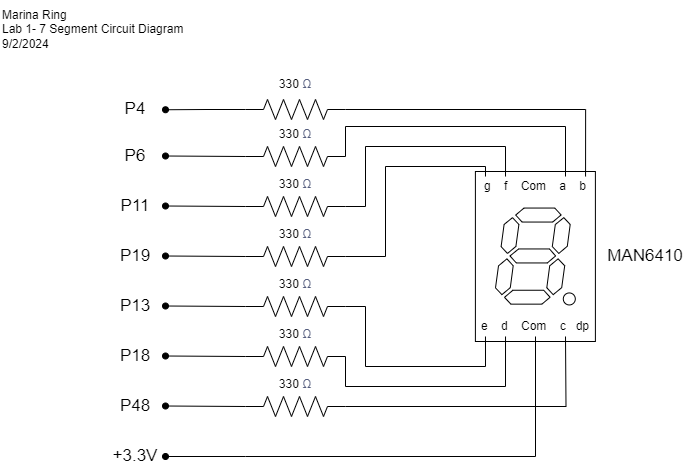
Above: images/LAB1_CIRCUIT.png in marinaring/marinaring.github.io (draw.io), before the change. Source tidied: cells renumbered, new cells last; positions are measured from the earlier drawing's top-left corner, leaving out a move shared by most shapes. Source of this version:
```xml
<mxGraphModel>
  <root>
    <mxCell id="0" />
    <mxCell id="1" parent="0" />
    <mxCell id="2" style="edgeStyle=orthogonalEdgeStyle;rounded=0;jettySize=auto;html=1;exitX=0;exitY=0.5;exitDx=0;exitDy=0;exitPerimeter=0;endArrow=oval;endFill=1;" parent="1" edge="1" source="3">
      <mxGeometry relative="1" as="geometry">
        <mxPoint x="165" y="110.2" as="targetPoint" />
      </mxGeometry>
    </mxCell>
    <mxCell id="3" style="verticalLabelPosition=bottom;shadow=0;dashed=0;align=center;html=1;verticalAlign=top;shape=mxgraph.electrical.resistors.resistor_2;" parent="1" vertex="1">
      <mxGeometry x="245" y="100" width="100" height="20" as="geometry" />
    </mxCell>
    <mxCell id="4" style="edgeStyle=orthogonalEdgeStyle;rounded=0;jettySize=auto;html=1;exitX=0;exitY=0.5;exitDx=0;exitDy=0;exitPerimeter=0;endArrow=oval;endFill=1;" parent="1" edge="1" source="5">
      <mxGeometry relative="1" as="geometry">
        <mxPoint x="165" y="156.5" as="targetPoint" />
      </mxGeometry>
    </mxCell>
    <mxCell id="5" style="verticalLabelPosition=bottom;shadow=0;dashed=0;align=center;html=1;verticalAlign=top;shape=mxgraph.electrical.resistors.resistor_2;" parent="1" vertex="1">
      <mxGeometry x="245" y="147" width="100" height="20" as="geometry" />
    </mxCell>
    <mxCell id="6" style="edgeStyle=orthogonalEdgeStyle;rounded=0;jettySize=auto;html=1;exitX=0;exitY=0.5;exitDx=0;exitDy=0;exitPerimeter=0;endArrow=oval;endFill=1;" parent="1" edge="1" source="7">
      <mxGeometry relative="1" as="geometry">
        <mxPoint x="165" y="206.5" as="targetPoint" />
      </mxGeometry>
    </mxCell>
    <mxCell id="7" style="verticalLabelPosition=bottom;shadow=0;dashed=0;align=center;html=1;verticalAlign=top;shape=mxgraph.electrical.resistors.resistor_2;" parent="1" vertex="1">
      <mxGeometry x="245" y="197" width="100" height="20" as="geometry" />
    </mxCell>
    <mxCell id="8" style="edgeStyle=orthogonalEdgeStyle;rounded=0;jettySize=auto;html=1;exitX=0;exitY=0.5;exitDx=0;exitDy=0;exitPerimeter=0;endArrow=oval;endFill=1;" parent="1" edge="1" source="9">
      <mxGeometry relative="1" as="geometry">
        <mxPoint x="165" y="256.5" as="targetPoint" />
      </mxGeometry>
    </mxCell>
    <mxCell id="9" style="verticalLabelPosition=bottom;shadow=0;dashed=0;align=center;html=1;verticalAlign=top;shape=mxgraph.electrical.resistors.resistor_2;" parent="1" vertex="1">
      <mxGeometry x="245" y="247" width="100" height="20" as="geometry" />
    </mxCell>
    <mxCell id="10" style="edgeStyle=orthogonalEdgeStyle;rounded=0;jettySize=auto;html=1;exitX=0;exitY=0.5;exitDx=0;exitDy=0;exitPerimeter=0;endArrow=oval;endFill=1;" parent="1" edge="1" source="11">
      <mxGeometry relative="1" as="geometry">
        <mxPoint x="165" y="306.5" as="targetPoint" />
      </mxGeometry>
    </mxCell>
    <mxCell id="11" style="verticalLabelPosition=bottom;shadow=0;dashed=0;align=center;html=1;verticalAlign=top;shape=mxgraph.electrical.resistors.resistor_2;" parent="1" vertex="1">
      <mxGeometry x="245" y="297" width="100" height="20" as="geometry" />
    </mxCell>
    <mxCell id="12" style="edgeStyle=orthogonalEdgeStyle;rounded=0;jettySize=auto;html=1;exitX=0;exitY=0.5;exitDx=0;exitDy=0;exitPerimeter=0;endArrow=oval;endFill=1;" parent="1" edge="1" source="13">
      <mxGeometry relative="1" as="geometry">
        <mxPoint x="165" y="356.5" as="targetPoint" />
      </mxGeometry>
    </mxCell>
    <mxCell id="13" style="verticalLabelPosition=bottom;shadow=0;dashed=0;align=center;html=1;verticalAlign=top;shape=mxgraph.electrical.resistors.resistor_2;" parent="1" vertex="1">
      <mxGeometry x="245" y="347" width="100" height="20" as="geometry" />
    </mxCell>
    <mxCell id="14" style="edgeStyle=orthogonalEdgeStyle;rounded=0;jettySize=auto;html=1;exitX=1;exitY=0.5;exitDx=0;exitDy=0;exitPerimeter=0;endArrow=none;endFill=0;" parent="1" edge="1" source="16">
      <mxGeometry relative="1" as="geometry">
        <mxPoint x="565" y="337" as="targetPoint" />
      </mxGeometry>
    </mxCell>
    <mxCell id="15" style="edgeStyle=orthogonalEdgeStyle;rounded=0;jettySize=auto;html=1;exitX=0;exitY=0.5;exitDx=0;exitDy=0;exitPerimeter=0;endArrow=oval;endFill=1;" parent="1" edge="1" source="16">
      <mxGeometry relative="1" as="geometry">
        <mxPoint x="165" y="406.5" as="targetPoint" />
      </mxGeometry>
    </mxCell>
    <mxCell id="16" style="verticalLabelPosition=bottom;shadow=0;dashed=0;align=center;html=1;verticalAlign=top;shape=mxgraph.electrical.resistors.resistor_2;" parent="1" vertex="1">
      <mxGeometry x="245" y="397" width="100" height="20" as="geometry" />
    </mxCell>
    <mxCell id="17" value="330&amp;nbsp;&lt;span style=&quot;color: rgb(84, 93, 126); letter-spacing: 0.1px; text-align: left; background-color: rgb(255, 255, 255);&quot;&gt;&lt;font style=&quot;font-size: 12px;&quot; face=&quot;Helvetica&quot;&gt;Ω&lt;/font&gt;&lt;/span&gt;" style="text;html=1;align=center;verticalAlign=middle;whiteSpace=wrap;rounded=0;" parent="1" vertex="1">
      <mxGeometry x="265" y="70" width="60" height="30" as="geometry" />
    </mxCell>
    <mxCell id="18" value="330&amp;nbsp;&lt;span style=&quot;color: rgb(84, 93, 126); letter-spacing: 0.1px; text-align: left; background-color: rgb(255, 255, 255);&quot;&gt;&lt;font style=&quot;font-size: 12px;&quot; face=&quot;Helvetica&quot;&gt;Ω&lt;/font&gt;&lt;/span&gt;" style="text;html=1;align=center;verticalAlign=middle;whiteSpace=wrap;rounded=0;" parent="1" vertex="1">
      <mxGeometry x="265" y="120" width="60" height="30" as="geometry" />
    </mxCell>
    <mxCell id="19" value="330&amp;nbsp;&lt;span style=&quot;color: rgb(84, 93, 126); letter-spacing: 0.1px; text-align: left; background-color: rgb(255, 255, 255);&quot;&gt;&lt;font style=&quot;font-size: 12px;&quot; face=&quot;Helvetica&quot;&gt;Ω&lt;/font&gt;&lt;/span&gt;" style="text;html=1;align=center;verticalAlign=middle;whiteSpace=wrap;rounded=0;" parent="1" vertex="1">
      <mxGeometry x="265" y="170" width="60" height="30" as="geometry" />
    </mxCell>
    <mxCell id="20" value="330&amp;nbsp;&lt;span style=&quot;color: rgb(84, 93, 126); letter-spacing: 0.1px; text-align: left; background-color: rgb(255, 255, 255);&quot;&gt;&lt;font style=&quot;font-size: 12px;&quot; face=&quot;Helvetica&quot;&gt;Ω&lt;/font&gt;&lt;/span&gt;" style="text;html=1;align=center;verticalAlign=middle;whiteSpace=wrap;rounded=0;" parent="1" vertex="1">
      <mxGeometry x="265" y="220" width="60" height="30" as="geometry" />
    </mxCell>
    <mxCell id="21" value="330&amp;nbsp;&lt;span style=&quot;color: rgb(84, 93, 126); letter-spacing: 0.1px; text-align: left; background-color: rgb(255, 255, 255);&quot;&gt;&lt;font style=&quot;font-size: 12px;&quot; face=&quot;Helvetica&quot;&gt;Ω&lt;/font&gt;&lt;/span&gt;" style="text;html=1;align=center;verticalAlign=middle;whiteSpace=wrap;rounded=0;" parent="1" vertex="1">
      <mxGeometry x="265" y="270" width="60" height="30" as="geometry" />
    </mxCell>
    <mxCell id="22" value="330&amp;nbsp;&lt;span style=&quot;color: rgb(84, 93, 126); letter-spacing: 0.1px; text-align: left; background-color: rgb(255, 255, 255);&quot;&gt;&lt;font style=&quot;font-size: 12px;&quot; face=&quot;Helvetica&quot;&gt;Ω&lt;/font&gt;&lt;/span&gt;" style="text;html=1;align=center;verticalAlign=middle;whiteSpace=wrap;rounded=0;" parent="1" vertex="1">
      <mxGeometry x="265" y="320" width="60" height="30" as="geometry" />
    </mxCell>
    <mxCell id="23" value="330&amp;nbsp;&lt;span style=&quot;color: rgb(84, 93, 126); letter-spacing: 0.1px; text-align: left; background-color: rgb(255, 255, 255);&quot;&gt;&lt;font style=&quot;font-size: 12px;&quot; face=&quot;Helvetica&quot;&gt;Ω&lt;/font&gt;&lt;/span&gt;" style="text;html=1;align=center;verticalAlign=middle;whiteSpace=wrap;rounded=0;" parent="1" vertex="1">
      <mxGeometry x="265" y="370" width="60" height="30" as="geometry" />
    </mxCell>
    <mxCell id="24" style="group;" parent="1" vertex="1">
      <mxGeometry x="474.9" y="172" width="120" height="170" as="geometry" />
    </mxCell>
    <mxCell id="25" style="verticalLabelPosition=bottom;shadow=0;dashed=0;align=center;html=1;verticalAlign=top;shape=mxgraph.electrical.opto_electronics.7_segment_display_with_dp;" parent="24" vertex="1">
      <mxGeometry x="20.1" y="36.6" width="79.8" height="96.9" as="geometry" />
    </mxCell>
    <mxCell id="26" style="rounded=0;whiteSpace=wrap;html=1;fillColor=none;" parent="24" vertex="1">
      <mxGeometry width="120" height="170" as="geometry" />
    </mxCell>
    <mxCell id="27" value="g&amp;nbsp; &amp;nbsp; f&amp;nbsp; &amp;nbsp; Com&amp;nbsp; &amp;nbsp; a&amp;nbsp; &amp;nbsp; b" style="text;html=1;align=center;verticalAlign=middle;whiteSpace=wrap;rounded=0;" parent="24" vertex="1">
      <mxGeometry width="120" height="30" as="geometry" />
    </mxCell>
    <mxCell id="28" value="e&amp;nbsp; &amp;nbsp; d&amp;nbsp; &amp;nbsp; Com&amp;nbsp; &amp;nbsp; c&amp;nbsp; &amp;nbsp;dp" style="text;html=1;align=center;verticalAlign=middle;whiteSpace=wrap;rounded=0;" parent="24" vertex="1">
      <mxGeometry y="140" width="120" height="30" as="geometry" />
    </mxCell>
    <mxCell id="29" style="edgeStyle=orthogonalEdgeStyle;rounded=0;jettySize=auto;html=1;exitX=1;exitY=0.5;exitDx=0;exitDy=0;exitPerimeter=0;endArrow=none;endFill=0;entryX=0.918;entryY=0.167;entryDx=0;entryDy=0;entryPerimeter=0;" parent="1" edge="1" source="3" target="27">
      <mxGeometry relative="1" as="geometry" />
    </mxCell>
    <mxCell id="30" style="edgeStyle=orthogonalEdgeStyle;rounded=0;jettySize=auto;html=1;exitX=1;exitY=0.5;exitDx=0;exitDy=0;exitPerimeter=0;endArrow=none;endFill=0;" parent="1" edge="1" source="5">
      <mxGeometry relative="1" as="geometry">
        <mxPoint x="565" y="177" as="targetPoint" />
        <Array as="points">
          <mxPoint x="345" y="127" />
          <mxPoint x="565" y="127" />
        </Array>
      </mxGeometry>
    </mxCell>
    <mxCell id="31" style="edgeStyle=orthogonalEdgeStyle;rounded=0;jettySize=auto;html=1;exitX=1;exitY=0.5;exitDx=0;exitDy=0;exitPerimeter=0;entryX=0.251;entryY=0.167;entryDx=0;entryDy=0;entryPerimeter=0;endArrow=none;endFill=0;" parent="1" edge="1" source="7" target="27">
      <mxGeometry relative="1" as="geometry">
        <Array as="points">
          <mxPoint x="365" y="207" />
          <mxPoint x="365" y="147" />
          <mxPoint x="505" y="147" />
        </Array>
      </mxGeometry>
    </mxCell>
    <mxCell id="32" style="edgeStyle=orthogonalEdgeStyle;rounded=0;jettySize=auto;html=1;exitX=1;exitY=0.5;exitDx=0;exitDy=0;exitPerimeter=0;entryX=0.084;entryY=0.167;entryDx=0;entryDy=0;entryPerimeter=0;endArrow=none;endFill=0;" parent="1" edge="1" source="9" target="27">
      <mxGeometry relative="1" as="geometry">
        <Array as="points">
          <mxPoint x="385" y="257" />
          <mxPoint x="385" y="167" />
          <mxPoint x="485" y="167" />
        </Array>
      </mxGeometry>
    </mxCell>
    <mxCell id="33" style="edgeStyle=orthogonalEdgeStyle;rounded=0;jettySize=auto;html=1;exitX=1;exitY=0.5;exitDx=0;exitDy=0;exitPerimeter=0;entryX=0.251;entryY=0.833;entryDx=0;entryDy=0;entryPerimeter=0;endArrow=none;endFill=0;" parent="1" edge="1" source="13" target="28">
      <mxGeometry relative="1" as="geometry">
        <Array as="points">
          <mxPoint x="345" y="387" />
          <mxPoint x="505" y="387" />
        </Array>
      </mxGeometry>
    </mxCell>
    <mxCell id="34" style="edgeStyle=orthogonalEdgeStyle;rounded=0;jettySize=auto;html=1;exitX=1;exitY=0.5;exitDx=0;exitDy=0;exitPerimeter=0;entryX=0.084;entryY=0.833;entryDx=0;entryDy=0;entryPerimeter=0;endArrow=none;endFill=0;" parent="1" edge="1" source="11" target="28">
      <mxGeometry relative="1" as="geometry">
        <Array as="points">
          <mxPoint x="365" y="307" />
          <mxPoint x="365" y="367" />
          <mxPoint x="485" y="367" />
        </Array>
      </mxGeometry>
    </mxCell>
    <mxCell id="35" style="endArrow=none;html=1;rounded=0;" parent="1" edge="1">
      <mxGeometry relative="1" as="geometry">
        <mxPoint x="535" y="457" as="sourcePoint" />
        <mxPoint x="535" y="337" as="targetPoint" />
      </mxGeometry>
    </mxCell>
    <mxCell id="36" style="group;" parent="1" vertex="1">
      <mxGeometry x="165" y="457" width="370" as="geometry" />
    </mxCell>
    <mxCell id="37" style="endArrow=none;html=1;rounded=0;" parent="36" edge="1">
      <mxGeometry relative="1" as="geometry">
        <mxPoint x="80" as="sourcePoint" />
        <mxPoint x="370" as="targetPoint" />
      </mxGeometry>
    </mxCell>
    <mxCell id="38" style="endArrow=oval;html=1;rounded=0;endFill=1;" parent="36" edge="1">
      <mxGeometry relative="1" as="geometry">
        <mxPoint x="80" as="sourcePoint" />
        <mxPoint as="targetPoint" />
      </mxGeometry>
    </mxCell>
    <mxCell id="39" value="P4" style="text;html=1;align=center;verticalAlign=middle;whiteSpace=wrap;rounded=0;fontSize=17;" parent="1" vertex="1">
      <mxGeometry x="105" y="95" width="60" height="30" as="geometry" />
    </mxCell>
    <mxCell id="40" value="P6" style="text;html=1;align=center;verticalAlign=middle;whiteSpace=wrap;rounded=0;fontSize=17;" parent="1" vertex="1">
      <mxGeometry x="105" y="142" width="60" height="30" as="geometry" />
    </mxCell>
    <mxCell id="41" value="P11" style="text;html=1;align=center;verticalAlign=middle;whiteSpace=wrap;rounded=0;fontSize=17;" parent="1" vertex="1">
      <mxGeometry x="105" y="192" width="60" height="30" as="geometry" />
    </mxCell>
    <mxCell id="42" value="P19" style="text;html=1;align=center;verticalAlign=middle;whiteSpace=wrap;rounded=0;fontSize=17;" parent="1" vertex="1">
      <mxGeometry x="105" y="242" width="60" height="30" as="geometry" />
    </mxCell>
    <mxCell id="43" value="P13" style="text;html=1;align=center;verticalAlign=middle;whiteSpace=wrap;rounded=0;fontSize=17;" parent="1" vertex="1">
      <mxGeometry x="105" y="292" width="60" height="30" as="geometry" />
    </mxCell>
    <mxCell id="44" value="P18" style="text;html=1;align=center;verticalAlign=middle;whiteSpace=wrap;rounded=0;fontSize=17;" parent="1" vertex="1">
      <mxGeometry x="105" y="342" width="60" height="30" as="geometry" />
    </mxCell>
    <mxCell id="45" value="P48" style="text;html=1;align=center;verticalAlign=middle;whiteSpace=wrap;rounded=0;fontSize=17;" parent="1" vertex="1">
      <mxGeometry x="105" y="392" width="60" height="30" as="geometry" />
    </mxCell>
    <mxCell id="46" value="+3.3V" style="text;html=1;align=center;verticalAlign=middle;whiteSpace=wrap;rounded=0;fontSize=17;" parent="1" vertex="1">
      <mxGeometry x="105" y="442" width="60" height="30" as="geometry" />
    </mxCell>
    <mxCell id="47" value="MAN6410" style="text;html=1;align=center;verticalAlign=middle;whiteSpace=wrap;rounded=0;fontSize=17;" parent="1" vertex="1">
      <mxGeometry x="615" y="242" width="60" height="30" as="geometry" />
    </mxCell>
    <mxCell id="48" style="edgeStyle=orthogonalEdgeStyle;rounded=0;orthogonalLoop=1;jettySize=auto;html=1;exitX=0.5;exitY=1;exitDx=0;exitDy=0;" parent="1" edge="1" source="47" target="47">
      <mxGeometry relative="1" as="geometry" />
    </mxCell>
    <mxCell id="49" value="Marina Ring&lt;div&gt;Lab 1- 7 Segment Circuit Diagram&lt;/div&gt;&lt;div&gt;9/2/2024&lt;/div&gt;" style="text;html=1;align=left;verticalAlign=middle;whiteSpace=wrap;rounded=0;" parent="1" vertex="1">
      <mxGeometry width="230" height="60" as="geometry" />
    </mxCell>
  </root>
</mxGraphModel>
```
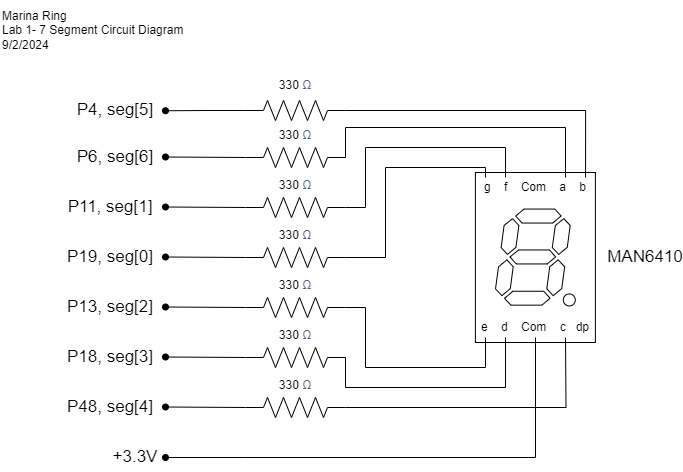
After the commit.

Change to the diagram source:
```diff
@@ -167,26 +167,26 @@
         <mxPoint as="targetPoint" />
       </mxGeometry>
     </mxCell>
-    <mxCell id="39" value="P4" style="text;html=1;align=center;verticalAlign=middle;whiteSpace=wrap;rounded=0;fontSize=17;" parent="1" vertex="1">
-      <mxGeometry x="105" y="95" width="60" height="30" as="geometry" />
+    <mxCell id="39" value="P4, seg[5]" style="text;html=1;align=center;verticalAlign=middle;whiteSpace=wrap;rounded=0;fontSize=17;" parent="1" vertex="1">
+      <mxGeometry x="65" y="95" width="100" height="30" as="geometry" />
     </mxCell>
-    <mxCell id="40" value="P6" style="text;html=1;align=center;verticalAlign=middle;whiteSpace=wrap;rounded=0;fontSize=17;" parent="1" vertex="1">
-      <mxGeometry x="105" y="142" width="60" height="30" as="geometry" />
+    <mxCell id="40" value="P6, seg[6]" style="text;html=1;align=center;verticalAlign=middle;whiteSpace=wrap;rounded=0;fontSize=17;" parent="1" vertex="1">
+      <mxGeometry x="65" y="142" width="100" height="30" as="geometry" />
     </mxCell>
-    <mxCell id="41" value="P11" style="text;html=1;align=center;verticalAlign=middle;whiteSpace=wrap;rounded=0;fontSize=17;" parent="1" vertex="1">
-      <mxGeometry x="105" y="192" width="60" height="30" as="geometry" />
+    <mxCell id="41" value="P11, seg[1]" style="text;html=1;align=center;verticalAlign=middle;whiteSpace=wrap;rounded=0;fontSize=17;" parent="1" vertex="1">
+      <mxGeometry x="55" y="192" width="110" height="30" as="geometry" />
     </mxCell>
-    <mxCell id="42" value="P19" style="text;html=1;align=center;verticalAlign=middle;whiteSpace=wrap;rounded=0;fontSize=17;" parent="1" vertex="1">
-      <mxGeometry x="105" y="242" width="60" height="30" as="geometry" />
+    <mxCell id="42" value="P19, seg[0]" style="text;html=1;align=center;verticalAlign=middle;whiteSpace=wrap;rounded=0;fontSize=17;" parent="1" vertex="1">
+      <mxGeometry x="55" y="242" width="110" height="30" as="geometry" />
     </mxCell>
-    <mxCell id="43" value="P13" style="text;html=1;align=center;verticalAlign=middle;whiteSpace=wrap;rounded=0;fontSize=17;" parent="1" vertex="1">
-      <mxGeometry x="105" y="292" width="60" height="30" as="geometry" />
+    <mxCell id="43" value="P13, seg[2]" style="text;html=1;align=center;verticalAlign=middle;whiteSpace=wrap;rounded=0;fontSize=17;" parent="1" vertex="1">
+      <mxGeometry x="55" y="292" width="110" height="30" as="geometry" />
     </mxCell>
-    <mxCell id="44" value="P18" style="text;html=1;align=center;verticalAlign=middle;whiteSpace=wrap;rounded=0;fontSize=17;" parent="1" vertex="1">
-      <mxGeometry x="105" y="342" width="60" height="30" as="geometry" />
+    <mxCell id="44" value="P18, seg[3]" style="text;html=1;align=center;verticalAlign=middle;whiteSpace=wrap;rounded=0;fontSize=17;" parent="1" vertex="1">
+      <mxGeometry x="55" y="342" width="110" height="30" as="geometry" />
     </mxCell>
-    <mxCell id="45" value="P48" style="text;html=1;align=center;verticalAlign=middle;whiteSpace=wrap;rounded=0;fontSize=17;" parent="1" vertex="1">
-      <mxGeometry x="105" y="392" width="60" height="30" as="geometry" />
+    <mxCell id="45" value="P48, seg[4]" style="text;html=1;align=center;verticalAlign=middle;whiteSpace=wrap;rounded=0;fontSize=17;" parent="1" vertex="1">
+      <mxGeometry x="55" y="392" width="110" height="30" as="geometry" />
     </mxCell>
     <mxCell id="46" value="+3.3V" style="text;html=1;align=center;verticalAlign=middle;whiteSpace=wrap;rounded=0;fontSize=17;" parent="1" vertex="1">
       <mxGeometry x="105" y="442" width="60" height="30" as="geometry" />
```
